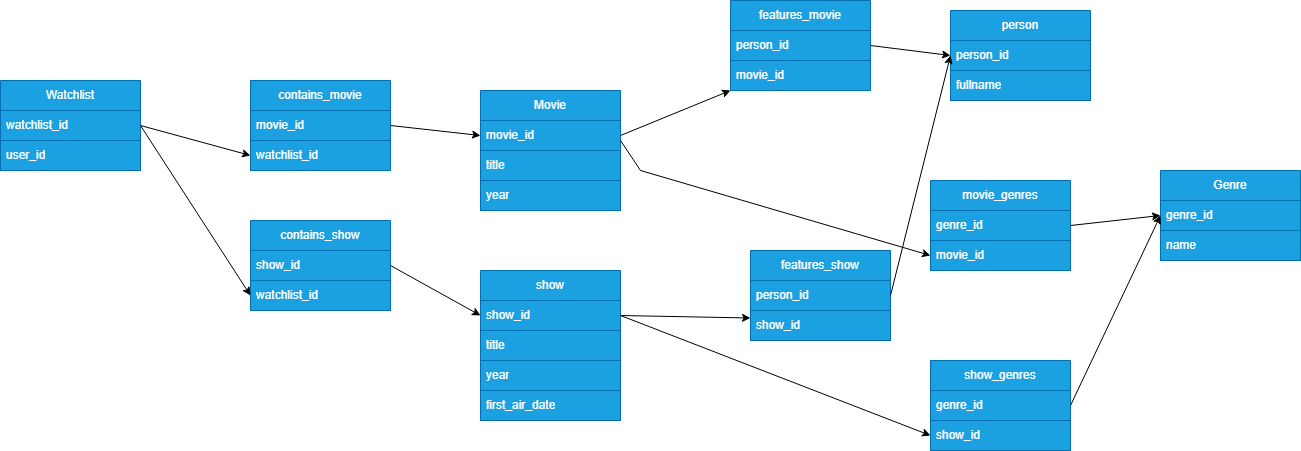
Earlier version of the draw.io export Diagrams/intermediate_diag.drawio.png (Mr-StudyHard/CSE-111-Class-Project). Source tidied: cells renumbered, new cells last; positions are measured from the earlier drawing's top-left corner, leaving out a move shared by most shapes.
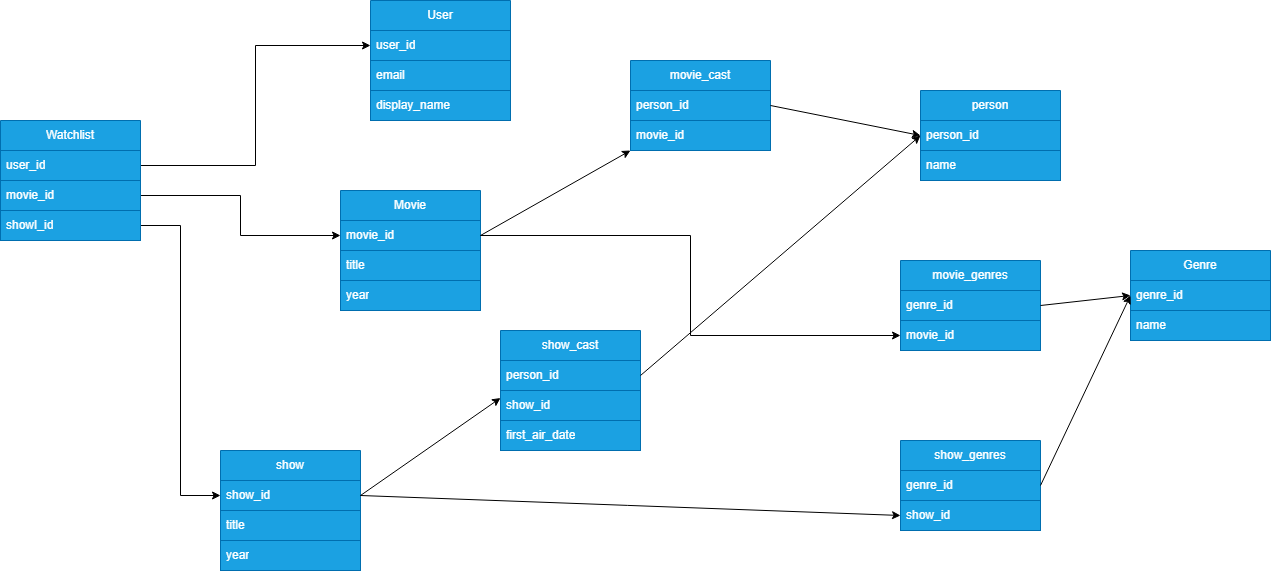
Above is the later version.

What changed in the source:
```diff
@@ -3,7 +3,7 @@
     <mxCell id="0" />
     <mxCell id="1" parent="0" />
     <mxCell id="2" value="Movie" style="swimlane;fontStyle=0;horizontal=1;startSize=30;whiteSpace=wrap;html=1;fillColor=light-dark(#1BA1E2,#06C0D3);fontColor=#ffffff;strokeColor=#006EAF;" parent="1" vertex="1">
-      <mxGeometry x="480" y="90" width="140" height="120" as="geometry" />
+      <mxGeometry x="370" y="110" width="140" height="120" as="geometry" />
     </mxCell>
     <mxCell id="3" value="movie_id" style="text;align=left;verticalAlign=middle;spacingLeft=4;spacingRight=4;overflow=hidden;points=[[0,0.5],[1,0.5]];portConstraint=eastwest;whiteSpace=wrap;html=1;fillColor=#1ba1e2;fontColor=#ffffff;strokeColor=#006EAF;" parent="2" vertex="1">
       <mxGeometry y="30" width="140" height="30" as="geometry" />
@@ -32,14 +32,6 @@
     <mxCell id="11" value="movie_id" style="text;strokeColor=#006EAF;fillColor=#1ba1e2;align=left;verticalAlign=middle;spacingLeft=4;spacingRight=4;overflow=hidden;points=[[0,0.5],[1,0.5]];portConstraint=eastwest;whiteSpace=wrap;html=1;fontColor=#ffffff;" parent="9" vertex="1">
       <mxGeometry y="60" width="140" height="30" as="geometry" />
     </mxCell>
-    <mxCell id="12" style="endArrow=classic;html=1;rounded=0;entryX=0;entryY=0.5;entryDx=0;entryDy=0;endFill=1;" parent="1" edge="1" target="11">
-      <mxGeometry relative="1" as="geometry">
-        <mxPoint x="620" y="140" as="sourcePoint" />
-        <Array as="points">
-          <mxPoint x="640" y="170" />
-        </Array>
-      </mxGeometry>
-    </mxCell>
     <mxCell id="13" style="endArrow=classic;html=1;rounded=0;entryX=0;entryY=0.5;entryDx=0;entryDy=0;exitX=1;exitY=0.5;exitDx=0;exitDy=0;endFill=1;" parent="1" edge="1" source="9" target="6">
       <mxGeometry relative="1" as="geometry" />
     </mxCell>
@@ -53,7 +45,7 @@
       <mxGeometry y="60" width="140" height="30" as="geometry" />
     </mxCell>
     <mxCell id="17" value="show" style="swimlane;fontStyle=0;horizontal=1;startSize=30;whiteSpace=wrap;html=1;fillColor=light-dark(#1BA1E2,#06C0D3);fontColor=#ffffff;strokeColor=#006EAF;" parent="1" vertex="1">
-      <mxGeometry x="480" y="270" width="140" height="120" as="geometry" />
+      <mxGeometry x="250" y="370" width="140" height="120" as="geometry" />
     </mxCell>
     <mxCell id="18" value="show_id" style="text;align=left;verticalAlign=middle;spacingLeft=4;spacingRight=4;overflow=hidden;points=[[0,0.5],[1,0.5]];portConstraint=eastwest;whiteSpace=wrap;html=1;fillColor=#1ba1e2;fontColor=#ffffff;strokeColor=#006EAF;" parent="17" vertex="1">
       <mxGeometry y="30" width="140" height="30" as="geometry" />
@@ -65,7 +57,7 @@
       <mxGeometry y="90" width="140" height="30" as="geometry" />
     </mxCell>
     <mxCell id="21" value="first_air_date" style="text;strokeColor=#006EAF;fillColor=#1ba1e2;align=left;verticalAlign=middle;spacingLeft=4;spacingRight=4;overflow=hidden;whiteSpace=wrap;html=1;fontColor=#ffffff;" parent="1" vertex="1">
-      <mxGeometry x="480" y="390" width="140" height="30" as="geometry" />
+      <mxGeometry x="530" y="340" width="140" height="30" as="geometry" />
     </mxCell>
     <mxCell id="22" style="endArrow=classic;html=1;rounded=0;exitX=1;exitY=0.5;exitDx=0;exitDy=0;entryX=0;entryY=0.5;entryDx=0;entryDy=0;endFill=1;" parent="1" edge="1" source="18" target="16">
       <mxGeometry relative="1" as="geometry" />
@@ -73,56 +65,26 @@
     <mxCell id="23" style="endArrow=classic;html=1;rounded=0;exitX=1;exitY=0.5;exitDx=0;exitDy=0;entryX=0;entryY=0.5;entryDx=0;entryDy=0;endFill=1;" parent="1" edge="1" source="14" target="7">
       <mxGeometry relative="1" as="geometry" />
     </mxCell>
+    <mxCell id="50" style="edgeStyle=orthogonalEdgeStyle;rounded=0;jettySize=auto;html=1;exitX=1;exitY=0.75;exitDx=0;exitDy=0;entryX=0;entryY=0.75;entryDx=0;entryDy=0;" parent="1" edge="1" source="24" target="52">
+      <mxGeometry relative="1" as="geometry" />
+    </mxCell>
     <mxCell id="24" value="Watchlist" style="swimlane;fontStyle=0;horizontal=1;startSize=30;whiteSpace=wrap;html=1;fillColor=light-dark(#1BA1E2,#06C0D3);fontColor=#ffffff;strokeColor=#006EAF;" parent="1" vertex="1">
-      <mxGeometry y="80" width="140" height="90" as="geometry" />
+      <mxGeometry x="30" y="40" width="140" height="60" as="geometry" />
     </mxCell>
-    <mxCell id="25" value="watchlist_id" style="text;align=left;verticalAlign=middle;spacingLeft=4;spacingRight=4;overflow=hidden;points=[[0,0.5],[1,0.5]];portConstraint=eastwest;whiteSpace=wrap;html=1;fillColor=#1ba1e2;fontColor=#ffffff;strokeColor=#006EAF;" parent="24" vertex="1">
+    <mxCell id="25" value="user_id" style="text;align=left;verticalAlign=middle;spacingLeft=4;spacingRight=4;overflow=hidden;points=[[0,0.5],[1,0.5]];portConstraint=eastwest;whiteSpace=wrap;html=1;fillColor=#1ba1e2;fontColor=#ffffff;strokeColor=#006EAF;" parent="24" vertex="1">
       <mxGeometry y="30" width="140" height="30" as="geometry" />
     </mxCell>
-    <mxCell id="26" value="user_id" style="text;strokeColor=#006EAF;fillColor=#1ba1e2;align=left;verticalAlign=middle;spacingLeft=4;spacingRight=4;overflow=hidden;points=[[0,0.5],[1,0.5]];portConstraint=eastwest;whiteSpace=wrap;html=1;fontColor=#ffffff;" parent="24" vertex="1">
-      <mxGeometry y="60" width="140" height="30" as="geometry" />
-    </mxCell>
-    <mxCell id="27" value="contains_movie" style="swimlane;fontStyle=0;horizontal=1;startSize=30;whiteSpace=wrap;html=1;fillColor=light-dark(#1BA1E2,#06C0D3);fontColor=#ffffff;strokeColor=#006EAF;" parent="1" vertex="1">
-      <mxGeometry x="250" y="80" width="140" height="90" as="geometry" />
-    </mxCell>
-    <mxCell id="28" value="movie_id" style="text;align=left;verticalAlign=middle;spacingLeft=4;spacingRight=4;overflow=hidden;points=[[0,0.5],[1,0.5]];portConstraint=eastwest;whiteSpace=wrap;html=1;fillColor=#1ba1e2;fontColor=#ffffff;strokeColor=#006EAF;" parent="27" vertex="1">
-      <mxGeometry y="30" width="140" height="30" as="geometry" />
-    </mxCell>
-    <mxCell id="29" value="watchlist_id" style="text;strokeColor=#006EAF;fillColor=#1ba1e2;align=left;verticalAlign=middle;spacingLeft=4;spacingRight=4;overflow=hidden;points=[[0,0.5],[1,0.5]];portConstraint=eastwest;whiteSpace=wrap;html=1;fontColor=#ffffff;" parent="27" vertex="1">
-      <mxGeometry y="60" width="140" height="30" as="geometry" />
-    </mxCell>
-    <mxCell id="30" style="endArrow=classic;html=1;rounded=0;exitX=1;exitY=0.5;exitDx=0;exitDy=0;entryX=0;entryY=0.5;entryDx=0;entryDy=0;endFill=1;" parent="1" edge="1" source="24" target="29">
-      <mxGeometry relative="1" as="geometry" />
-    </mxCell>
-    <mxCell id="31" style="endArrow=classic;html=1;rounded=0;entryX=0;entryY=0.5;entryDx=0;entryDy=0;exitX=1;exitY=0.5;exitDx=0;exitDy=0;startArrow=none;startFill=0;endFill=1;" parent="1" edge="1" source="28" target="3">
-      <mxGeometry relative="1" as="geometry" />
-    </mxCell>
-    <mxCell id="32" value="contains_show" style="swimlane;fontStyle=0;horizontal=1;startSize=30;whiteSpace=wrap;html=1;fillColor=light-dark(#1BA1E2,#06C0D3);fontColor=#ffffff;strokeColor=#006EAF;" parent="1" vertex="1">
-      <mxGeometry x="250" y="220" width="140" height="90" as="geometry" />
-    </mxCell>
-    <mxCell id="33" value="show_id" style="text;align=left;verticalAlign=middle;spacingLeft=4;spacingRight=4;overflow=hidden;whiteSpace=wrap;html=1;fillColor=#1ba1e2;fontColor=#ffffff;strokeColor=#006EAF;" parent="32" vertex="1">
-      <mxGeometry y="30" width="140" height="30" as="geometry" />
-    </mxCell>
-    <mxCell id="34" value="watchlist_id" style="text;strokeColor=#006EAF;fillColor=#1ba1e2;align=left;verticalAlign=middle;spacingLeft=4;spacingRight=4;overflow=hidden;points=[[0,0.5],[1,0.5]];portConstraint=eastwest;whiteSpace=wrap;html=1;fontColor=#ffffff;" parent="32" vertex="1">
-      <mxGeometry y="60" width="140" height="30" as="geometry" />
-    </mxCell>
-    <mxCell id="35" style="endArrow=classic;html=1;rounded=0;exitX=1;exitY=0.5;exitDx=0;exitDy=0;entryX=0;entryY=0.5;entryDx=0;entryDy=0;endFill=1;" parent="1" edge="1" source="25" target="34">
-      <mxGeometry relative="1" as="geometry" />
-    </mxCell>
-    <mxCell id="36" style="endArrow=classic;html=1;rounded=0;entryX=0;entryY=0.5;entryDx=0;entryDy=0;exitX=1;exitY=0.5;exitDx=0;exitDy=0;startArrow=none;startFill=0;endFill=1;" parent="1" edge="1" source="32" target="18">
-      <mxGeometry relative="1" as="geometry" />
-    </mxCell>
     <mxCell id="37" value="person" style="swimlane;fontStyle=0;horizontal=1;startSize=30;whiteSpace=wrap;html=1;fillColor=light-dark(#1BA1E2,#06C0D3);fontColor=#ffffff;strokeColor=#006EAF;" parent="1" vertex="1">
       <mxGeometry x="950" y="10" width="140" height="90" as="geometry" />
     </mxCell>
     <mxCell id="38" value="person_id" style="text;align=left;verticalAlign=middle;spacingLeft=4;spacingRight=4;overflow=hidden;points=[[0,0.5],[1,0.5]];portConstraint=eastwest;whiteSpace=wrap;html=1;fillColor=#1ba1e2;fontColor=#ffffff;strokeColor=#006EAF;" parent="37" vertex="1">
       <mxGeometry y="30" width="140" height="30" as="geometry" />
     </mxCell>
-    <mxCell id="39" value="fullname" style="text;strokeColor=#006EAF;fillColor=#1ba1e2;align=left;verticalAlign=middle;spacingLeft=4;spacingRight=4;overflow=hidden;whiteSpace=wrap;html=1;fontColor=#ffffff;" parent="37" vertex="1">
+    <mxCell id="39" value="name" style="text;strokeColor=#006EAF;fillColor=#1ba1e2;align=left;verticalAlign=middle;spacingLeft=4;spacingRight=4;overflow=hidden;whiteSpace=wrap;html=1;fontColor=#ffffff;" parent="37" vertex="1">
       <mxGeometry y="60" width="140" height="30" as="geometry" />
     </mxCell>
-    <mxCell id="40" value="features_movie" style="swimlane;fontStyle=0;horizontal=1;startSize=30;whiteSpace=wrap;html=1;fillColor=light-dark(#1BA1E2,#06C0D3);fontColor=#ffffff;strokeColor=#006EAF;" parent="1" vertex="1">
-      <mxGeometry x="730" width="140" height="90" as="geometry" />
+    <mxCell id="40" value="movie_cast" style="swimlane;fontStyle=0;horizontal=1;startSize=30;whiteSpace=wrap;html=1;fillColor=light-dark(#1BA1E2,#06C0D3);fontColor=#ffffff;strokeColor=#006EAF;" parent="1" vertex="1">
+      <mxGeometry x="660" y="-20" width="140" height="90" as="geometry" />
     </mxCell>
     <mxCell id="41" value="person_id" style="text;align=left;verticalAlign=middle;spacingLeft=4;spacingRight=4;overflow=hidden;whiteSpace=wrap;html=1;fillColor=#1ba1e2;fontColor=#ffffff;strokeColor=#006EAF;" parent="40" vertex="1">
       <mxGeometry y="30" width="140" height="30" as="geometry" />
@@ -139,8 +101,8 @@
     <mxCell id="45" style="endArrow=classic;html=1;rounded=0;entryX=0;entryY=0.75;entryDx=0;entryDy=0;exitX=1;exitY=0.5;exitDx=0;exitDy=0;endFill=1;" parent="1" edge="1" source="18" target="46">
       <mxGeometry relative="1" as="geometry" />
     </mxCell>
-    <mxCell id="46" value="features_show" style="swimlane;fontStyle=0;horizontal=1;startSize=30;whiteSpace=wrap;html=1;fillColor=light-dark(#1BA1E2,#06C0D3);fontColor=#ffffff;strokeColor=#006EAF;" parent="1" vertex="1">
-      <mxGeometry x="750" y="250" width="140" height="90" as="geometry" />
+    <mxCell id="46" value="show_cast" style="swimlane;fontStyle=0;horizontal=1;startSize=30;whiteSpace=wrap;html=1;fillColor=light-dark(#1BA1E2,#06C0D3);fontColor=#ffffff;strokeColor=#006EAF;" parent="1" vertex="1">
+      <mxGeometry x="530" y="250" width="140" height="90" as="geometry" />
     </mxCell>
     <mxCell id="47" value="person_id" style="text;align=left;verticalAlign=middle;spacingLeft=4;spacingRight=4;overflow=hidden;whiteSpace=wrap;html=1;fillColor=#1ba1e2;fontColor=#ffffff;strokeColor=#006EAF;" parent="46" vertex="1">
       <mxGeometry y="30" width="140" height="30" as="geometry" />
@@ -151,5 +113,32 @@
     <mxCell id="49" style="endArrow=classic;html=1;rounded=0;exitX=1;exitY=0.5;exitDx=0;exitDy=0;entryX=0;entryY=0.5;entryDx=0;entryDy=0;endFill=1;" parent="1" edge="1" source="46" target="37">
       <mxGeometry relative="1" as="geometry" />
     </mxCell>
+    <mxCell id="51" style="edgeStyle=orthogonalEdgeStyle;rounded=0;jettySize=auto;html=1;exitX=1;exitY=0.5;exitDx=0;exitDy=0;entryX=0;entryY=0.5;entryDx=0;entryDy=0;" parent="1" edge="1" source="26" target="18">
+      <mxGeometry relative="1" as="geometry" />
+    </mxCell>
+    <mxCell id="26" value="showI_id" style="text;strokeColor=#006EAF;fillColor=#1ba1e2;align=left;verticalAlign=middle;spacingLeft=4;spacingRight=4;overflow=hidden;points=[[0,0.5],[1,0.5]];portConstraint=eastwest;whiteSpace=wrap;html=1;fontColor=#ffffff;" parent="1" vertex="1">
+      <mxGeometry x="30" y="130" width="140" height="30" as="geometry" />
+    </mxCell>
+    <mxCell id="31" style="edgeStyle=orthogonalEdgeStyle;rounded=0;jettySize=auto;html=1;exitX=1;exitY=0.5;exitDx=0;exitDy=0;entryX=0;entryY=0.5;entryDx=0;entryDy=0;" parent="1" edge="1" source="28" target="3">
+      <mxGeometry relative="1" as="geometry" />
+    </mxCell>
+    <mxCell id="28" value="movie_id" style="text;strokeColor=#006EAF;fillColor=#1ba1e2;align=left;verticalAlign=middle;spacingLeft=4;spacingRight=4;overflow=hidden;points=[[0,0.5],[1,0.5]];portConstraint=eastwest;whiteSpace=wrap;html=1;fontColor=#ffffff;" parent="1" vertex="1">
+      <mxGeometry x="30" y="100" width="140" height="30" as="geometry" />
+    </mxCell>
+    <mxCell id="52" value="User" style="swimlane;fontStyle=0;horizontal=1;startSize=30;whiteSpace=wrap;html=1;fillColor=light-dark(#1BA1E2,#06C0D3);fontColor=#ffffff;strokeColor=#006EAF;" parent="1" vertex="1">
+      <mxGeometry x="400" y="-80" width="140" height="60" as="geometry" />
+    </mxCell>
+    <mxCell id="53" value="user_id" style="text;align=left;verticalAlign=middle;spacingLeft=4;spacingRight=4;overflow=hidden;whiteSpace=wrap;html=1;fillColor=#1ba1e2;fontColor=#ffffff;strokeColor=#006EAF;" parent="52" vertex="1">
+      <mxGeometry y="30" width="140" height="30" as="geometry" />
+    </mxCell>
+    <mxCell id="54" value="display_name" style="text;strokeColor=#006EAF;fillColor=#1ba1e2;align=left;verticalAlign=middle;spacingLeft=4;spacingRight=4;overflow=hidden;whiteSpace=wrap;html=1;fontColor=#ffffff;" parent="1" vertex="1">
+      <mxGeometry x="400" y="10" width="140" height="30" as="geometry" />
+    </mxCell>
+    <mxCell id="55" value="email" style="text;strokeColor=#006EAF;fillColor=#1ba1e2;align=left;verticalAlign=middle;spacingLeft=4;spacingRight=4;overflow=hidden;whiteSpace=wrap;html=1;fontColor=#ffffff;" parent="1" vertex="1">
+      <mxGeometry x="400" y="-20" width="140" height="30" as="geometry" />
+    </mxCell>
+    <mxCell id="56" style="edgeStyle=orthogonalEdgeStyle;rounded=0;jettySize=auto;html=1;exitX=1;exitY=0.5;exitDx=0;exitDy=0;entryX=0;entryY=0.5;entryDx=0;entryDy=0;" parent="1" edge="1" source="3" target="11">
+      <mxGeometry relative="1" as="geometry" />
+    </mxCell>
   </root>
 </mxGraphModel>
```
